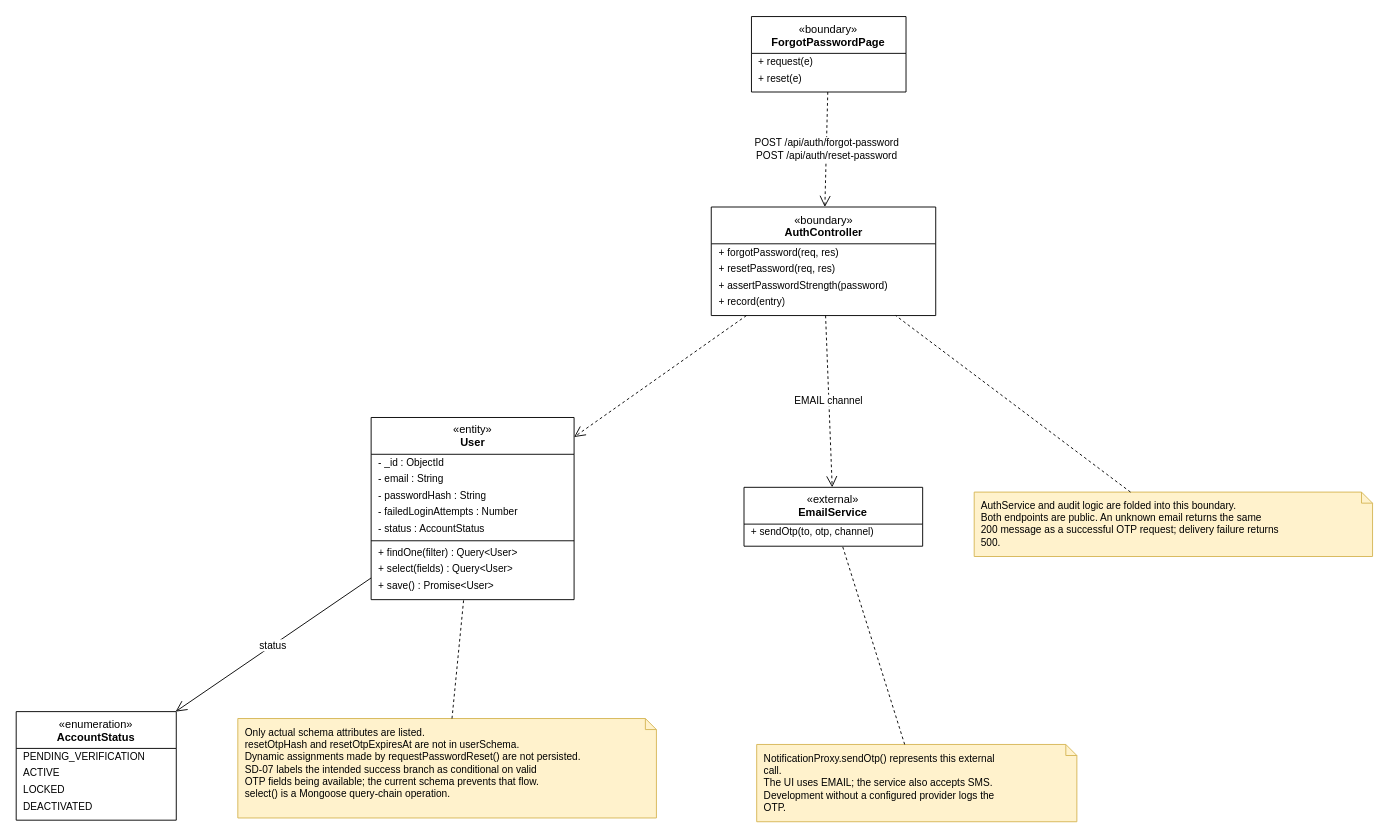
Earlier version of the draw.io diagram final/diagrams/M2_Auth-And-Administration_Diagrams/class_diagrams/CD-07_UC-C03_ResetForgottenPassword.drawio (toikobi401/SWD392). Source tidied: cells renumbered, new cells numbered last; positions are measured from the earlier drawing's top-left corner, leaving out a move shared by most shapes. Both pictures are drawn from the tidied source at 92%, with x=0, y=0 at pixel (16, 16).
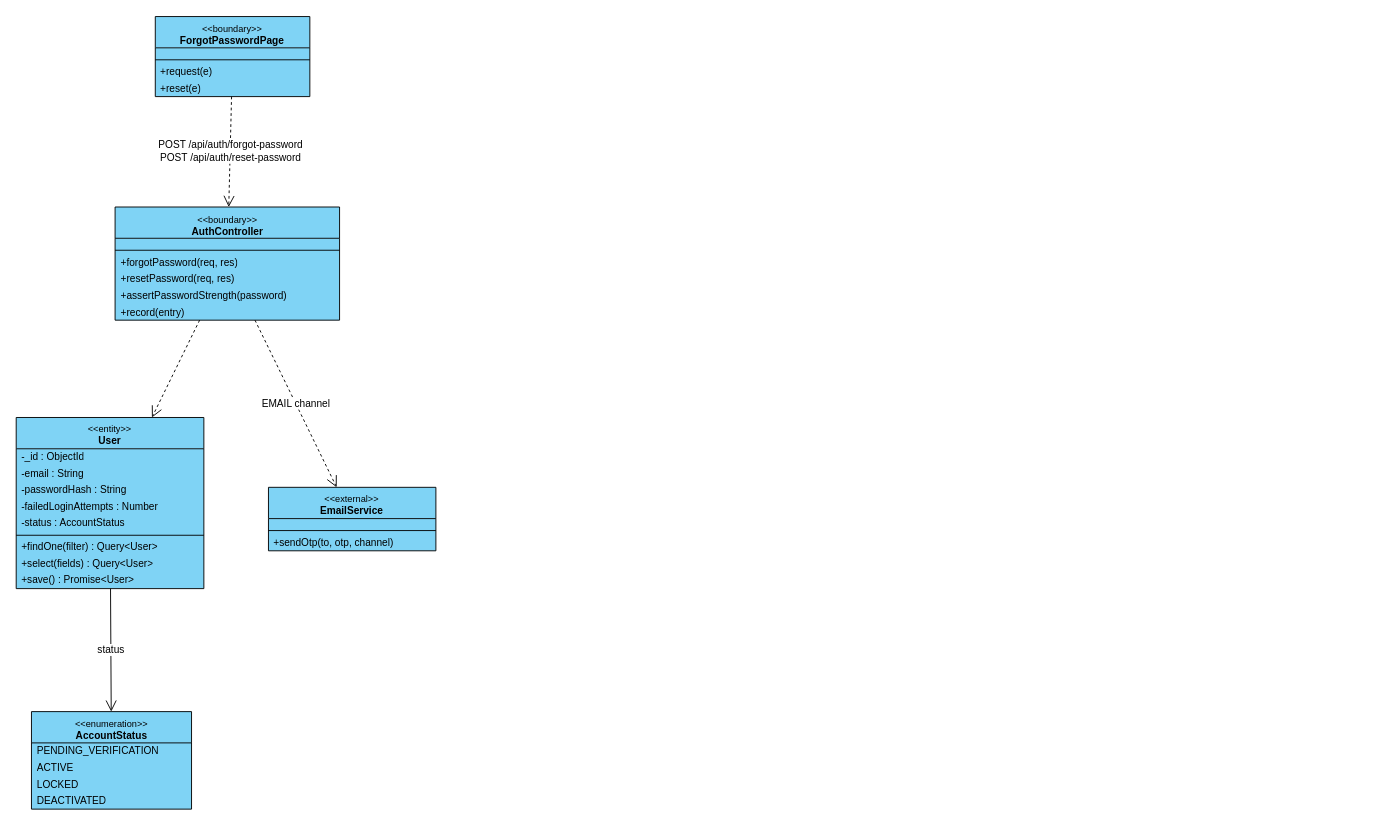
The same page after the edit.

Diff of the diagram source:
```diff
@@
-    <mxCell id="2" value="«boundary»&lt;br&gt;&lt;b&gt;ForgotPasswordPage&lt;/b&gt;" style="swimlane;fontStyle=0;align=center;verticalAlign=top;horizontal=1;startSize=40;html=1;whiteSpace=wrap;fontSize=12;" parent="1" vertex="1">
-      <mxGeometry x="799.3" y="0.5" width="168" height="82" as="geometry" />
+    <mxCell id="2" value="&lt;font style=&quot;font-size:10px&quot;&gt;&amp;lt;&amp;lt;boundary&amp;gt;&amp;gt;&lt;/font&gt;&lt;br&gt;&lt;b&gt;ForgotPasswordPage&lt;/b&gt;" style="swimlane;fontStyle=0;align=center;verticalAlign=top;horizontal=1;startSize=34;html=1;whiteSpace=wrap;fontSize=11;fillColor=#7fd3f5;swimlaneFillColor=#7fd3f5;strokeColor=#000000;" parent="1" vertex="1">
+      <mxGeometry x="151.3" y="0.5" width="168" height="87" as="geometry" />
     </mxCell>
+    <mxCell id="37" style="text;strokeColor=none;fillColor=none;html=1;" parent="2" vertex="1">
+      <mxGeometry y="34" width="168" height="9" as="geometry" />
+    </mxCell>
+    <mxCell id="38" style="line;strokeWidth=1;fillColor=none;align=left;verticalAlign=middle;spacingTop=-1;spacingLeft=3;spacingRight=3;labelPosition=right;strokeColor=#000000;" parent="2" vertex="1">
+      <mxGeometry y="43" width="168" height="8" as="geometry" />
+    </mxCell>
-    <mxCell id="3" value="+ request(e)" style="text;strokeColor=none;fillColor=none;align=left;verticalAlign=middle;spacingLeft=6;spacingRight=4;overflow=hidden;whiteSpace=nowrap;html=1;fontSize=11;" parent="2" vertex="1">
-      <mxGeometry y="40" width="168" height="18" as="geometry" />
+    <mxCell id="3" value="+request(e)" style="text;strokeColor=none;fillColor=none;align=left;verticalAlign=middle;spacingLeft=4;spacingRight=4;overflow=hidden;whiteSpace=nowrap;html=1;fontSize=11;" parent="2" vertex="1">
+      <mxGeometry y="51" width="168" height="18" as="geometry" />
     </mxCell>
-    <mxCell id="4" value="+ reset(e)" style="text;strokeColor=none;fillColor=none;align=left;verticalAlign=middle;spacingLeft=6;spacingRight=4;overflow=hidden;whiteSpace=nowrap;html=1;fontSize=11;" parent="2" vertex="1">
-      <mxGeometry y="58" width="168" height="18" as="geometry" />
+    <mxCell id="4" value="+reset(e)" style="text;strokeColor=none;fillColor=none;align=left;verticalAlign=middle;spacingLeft=4;spacingRight=4;overflow=hidden;whiteSpace=nowrap;html=1;fontSize=11;" parent="2" vertex="1">
+      <mxGeometry y="69" width="168" height="18" as="geometry" />
     </mxCell>
-    <mxCell id="5" value="«boundary»&lt;br&gt;&lt;b&gt;AuthController&lt;/b&gt;" style="swimlane;fontStyle=0;align=center;verticalAlign=top;horizontal=1;startSize=40;html=1;whiteSpace=wrap;fontSize=12;" parent="1" vertex="1">
-      <mxGeometry x="755.6" y="207.5" width="244" height="118" as="geometry" />
+    <mxCell id="5" value="&lt;font style=&quot;font-size:10px&quot;&gt;&amp;lt;&amp;lt;boundary&amp;gt;&amp;gt;&lt;/font&gt;&lt;br&gt;&lt;b&gt;AuthController&lt;/b&gt;" style="swimlane;fontStyle=0;align=center;verticalAlign=top;horizontal=1;startSize=34;html=1;whiteSpace=wrap;fontSize=11;fillColor=#7fd3f5;swimlaneFillColor=#7fd3f5;strokeColor=#000000;" parent="1" vertex="1">
+      <mxGeometry x="107.6" y="207.5" width="244" height="123" as="geometry" />
     </mxCell>
+    <mxCell id="39" style="text;strokeColor=none;fillColor=none;html=1;" parent="5" vertex="1">
+      <mxGeometry y="34" width="244" height="9" as="geometry" />
+    </mxCell>
+    <mxCell id="40" style="line;strokeWidth=1;fillColor=none;align=left;verticalAlign=middle;spacingTop=-1;spacingLeft=3;spacingRight=3;labelPosition=right;strokeColor=#000000;" parent="5" vertex="1">
+      <mxGeometry y="43" width="244" height="8" as="geometry" />
+    </mxCell>
-    <mxCell id="6" value="+ forgotPassword(req, res)" style="text;strokeColor=none;fillColor=none;align=left;verticalAlign=middle;spacingLeft=6;spacingRight=4;overflow=hidden;whiteSpace=nowrap;html=1;fontSize=11;" parent="5" vertex="1">
-      <mxGeometry y="40" width="244" height="18" as="geometry" />
+    <mxCell id="6" value="+forgotPassword(req, res)" style="text;strokeColor=none;fillColor=none;align=left;verticalAlign=middle;spacingLeft=4;spacingRight=4;overflow=hidden;whiteSpace=nowrap;html=1;fontSize=11;" parent="5" vertex="1">
+      <mxGeometry y="51" width="244" height="18" as="geometry" />
     </mxCell>
-    <mxCell id="7" value="+ resetPassword(req, res)" style="text;strokeColor=none;fillColor=none;align=left;verticalAlign=middle;spacingLeft=6;spacingRight=4;overflow=hidden;whiteSpace=nowrap;html=1;fontSize=11;" parent="5" vertex="1">
-      <mxGeometry y="58" width="244" height="18" as="geometry" />
+    <mxCell id="7" value="+resetPassword(req, res)" style="text;strokeColor=none;fillColor=none;align=left;verticalAlign=middle;spacingLeft=4;spacingRight=4;overflow=hidden;whiteSpace=nowrap;html=1;fontSize=11;" parent="5" vertex="1">
+      <mxGeometry y="69" width="244" height="18" as="geometry" />
     </mxCell>
-    <mxCell id="8" value="+ assertPasswordStrength(password)" style="text;strokeColor=none;fillColor=none;align=left;verticalAlign=middle;spacingLeft=6;spacingRight=4;overflow=hidden;whiteSpace=nowrap;html=1;fontSize=11;" parent="5" vertex="1">
-      <mxGeometry y="76" width="244" height="18" as="geometry" />
+    <mxCell id="8" value="+assertPasswordStrength(password)" style="text;strokeColor=none;fillColor=none;align=left;verticalAlign=middle;spacingLeft=4;spacingRight=4;overflow=hidden;whiteSpace=nowrap;html=1;fontSize=11;" parent="5" vertex="1">
+      <mxGeometry y="87" width="244" height="18" as="geometry" />
     </mxCell>
-    <mxCell id="9" value="+ record(entry)" style="text;strokeColor=none;fillColor=none;align=left;verticalAlign=middle;spacingLeft=6;spacingRight=4;overflow=hidden;whiteSpace=nowrap;html=1;fontSize=11;" parent="5" vertex="1">
-      <mxGeometry y="94" width="244" height="18" as="geometry" />
+    <mxCell id="9" value="+record(entry)" style="text;strokeColor=none;fillColor=none;align=left;verticalAlign=middle;spacingLeft=4;spacingRight=4;overflow=hidden;whiteSpace=nowrap;html=1;fontSize=11;" parent="5" vertex="1">
+      <mxGeometry y="105" width="244" height="18" as="geometry" />
     </mxCell>
-    <mxCell id="10" value="«entity»&lt;br&gt;&lt;b&gt;User&lt;/b&gt;" style="swimlane;fontStyle=0;align=center;verticalAlign=top;horizontal=1;startSize=40;html=1;whiteSpace=wrap;fontSize=12;" parent="1" vertex="1">
-      <mxGeometry x="385.9" y="436.3" width="220.6" height="198" as="geometry" />
+    <mxCell id="10" value="&lt;font style=&quot;font-size:10px&quot;&gt;&amp;lt;&amp;lt;entity&amp;gt;&amp;gt;&lt;/font&gt;&lt;br&gt;&lt;b&gt;User&lt;/b&gt;" style="swimlane;fontStyle=0;align=center;verticalAlign=top;horizontal=1;startSize=34;html=1;whiteSpace=wrap;fontSize=11;fillColor=#7fd3f5;swimlaneFillColor=#7fd3f5;strokeColor=#000000;" parent="1" vertex="1">
+      <mxGeometry x="0.1" y="436.3" width="204" height="186" as="geometry" />
     </mxCell>
-    <mxCell id="11" value="- _id : ObjectId" style="text;strokeColor=none;fillColor=none;align=left;verticalAlign=middle;spacingLeft=6;spacingRight=4;overflow=hidden;whiteSpace=nowrap;html=1;fontSize=11;" parent="10" vertex="1">
-      <mxGeometry y="40" width="220.6" height="18" as="geometry" />
+    <mxCell id="11" value="-_id : ObjectId" style="text;strokeColor=none;fillColor=none;align=left;verticalAlign=middle;spacingLeft=4;spacingRight=4;overflow=hidden;whiteSpace=nowrap;html=1;fontSize=11;" parent="10" vertex="1">
+      <mxGeometry y="34" width="204" height="18" as="geometry" />
     </mxCell>
-    <mxCell id="12" value="- email : String" style="text;strokeColor=none;fillColor=none;align=left;verticalAlign=middle;spacingLeft=6;spacingRight=4;overflow=hidden;whiteSpace=nowrap;html=1;fontSize=11;" parent="10" vertex="1">
-      <mxGeometry y="58" width="220.6" height="18" as="geometry" />
+    <mxCell id="12" value="-email : String" style="text;strokeColor=none;fillColor=none;align=left;verticalAlign=middle;spacingLeft=4;spacingRight=4;overflow=hidden;whiteSpace=nowrap;html=1;fontSize=11;" parent="10" vertex="1">
+      <mxGeometry y="52" width="204" height="18" as="geometry" />
     </mxCell>
-    <mxCell id="13" value="- passwordHash : String" style="text;strokeColor=none;fillColor=none;align=left;verticalAlign=middle;spacingLeft=6;spacingRight=4;overflow=hidden;whiteSpace=nowrap;html=1;fontSize=11;" parent="10" vertex="1">
-      <mxGeometry y="76" width="220.6" height="18" as="geometry" />
+    <mxCell id="13" value="-passwordHash : String" style="text;strokeColor=none;fillColor=none;align=left;verticalAlign=middle;spacingLeft=4;spacingRight=4;overflow=hidden;whiteSpace=nowrap;html=1;fontSize=11;" parent="10" vertex="1">
+      <mxGeometry y="70" width="204" height="18" as="geometry" />
     </mxCell>
-    <mxCell id="14" value="- failedLoginAttempts : Number" style="text;strokeColor=none;fillColor=none;align=left;verticalAlign=middle;spacingLeft=6;spacingRight=4;overflow=hidden;whiteSpace=nowrap;html=1;fontSize=11;" parent="10" vertex="1">
-      <mxGeometry y="94" width="220.6" height="18" as="geometry" />
+    <mxCell id="14" value="-failedLoginAttempts : Number" style="text;strokeColor=none;fillColor=none;align=left;verticalAlign=middle;spacingLeft=4;spacingRight=4;overflow=hidden;whiteSpace=nowrap;html=1;fontSize=11;" parent="10" vertex="1">
+      <mxGeometry y="88" width="204" height="18" as="geometry" />
     </mxCell>
-    <mxCell id="15" value="- status : AccountStatus" style="text;strokeColor=none;fillColor=none;align=left;verticalAlign=middle;spacingLeft=6;spacingRight=4;overflow=hidden;whiteSpace=nowrap;html=1;fontSize=11;" parent="10" vertex="1">
-      <mxGeometry y="112" width="220.6" height="18" as="geometry" />
+    <mxCell id="15" value="-status : AccountStatus" style="text;strokeColor=none;fillColor=none;align=left;verticalAlign=middle;spacingLeft=4;spacingRight=4;overflow=hidden;whiteSpace=nowrap;html=1;fontSize=11;" parent="10" vertex="1">
+      <mxGeometry y="106" width="204" height="18" as="geometry" />
     </mxCell>
-    <mxCell id="16" style="line;strokeWidth=1;fillColor=none;align=left;verticalAlign=middle;spacingTop=-1;spacingLeft=3;spacingRight=3;labelPosition=right;strokeColor=inherit;" parent="10" vertex="1">
-      <mxGeometry y="130" width="220.6" height="8" as="geometry" />
+    <mxCell id="16" style="line;strokeWidth=1;fillColor=none;align=left;verticalAlign=middle;spacingTop=-1;spacingLeft=3;spacingRight=3;labelPosition=right;strokeColor=#000000;" parent="10" vertex="1">
+      <mxGeometry y="124" width="204" height="8" as="geometry" />
     </mxCell>
-    <mxCell id="17" value="+ findOne(filter) : Query&amp;lt;User&amp;gt;" style="text;strokeColor=none;fillColor=none;align=left;verticalAlign=middle;spacingLeft=6;spacingRight=4;overflow=hidden;whiteSpace=nowrap;html=1;fontSize=11;" parent="10" vertex="1">
-      <mxGeometry y="138" width="220.6" height="18" as="geometry" />
+    <mxCell id="17" value="+findOne(filter) : Query&amp;lt;User&amp;gt;" style="text;strokeColor=none;fillColor=none;align=left;verticalAlign=middle;spacingLeft=4;spacingRight=4;overflow=hidden;whiteSpace=nowrap;html=1;fontSize=11;" parent="10" vertex="1">
+      <mxGeometry y="132" width="204" height="18" as="geometry" />
     </mxCell>
-    <mxCell id="18" value="+ select(fields) : Query&amp;lt;User&amp;gt;" style="text;strokeColor=none;fillColor=none;align=left;verticalAlign=middle;spacingLeft=6;spacingRight=4;overflow=hidden;whiteSpace=nowrap;html=1;fontSize=11;" parent="10" vertex="1">
-      <mxGeometry y="156" width="220.6" height="18" as="geometry" />
+    <mxCell id="18" value="+select(fields) : Query&amp;lt;User&amp;gt;" style="text;strokeColor=none;fillColor=none;align=left;verticalAlign=middle;spacingLeft=4;spacingRight=4;overflow=hidden;whiteSpace=nowrap;html=1;fontSize=11;" parent="10" vertex="1">
+      <mxGeometry y="150" width="204" height="18" as="geometry" />
     </mxCell>
-    <mxCell id="19" value="+ save() : Promise&amp;lt;User&amp;gt;" style="text;strokeColor=none;fillColor=none;align=left;verticalAlign=middle;spacingLeft=6;spacingRight=4;overflow=hidden;whiteSpace=nowrap;html=1;fontSize=11;" parent="10" vertex="1">
-      <mxGeometry y="174" width="220.6" height="18" as="geometry" />
+    <mxCell id="19" value="+save() : Promise&amp;lt;User&amp;gt;" style="text;strokeColor=none;fillColor=none;align=left;verticalAlign=middle;spacingLeft=4;spacingRight=4;overflow=hidden;whiteSpace=nowrap;html=1;fontSize=11;" parent="10" vertex="1">
+      <mxGeometry y="168" width="204" height="18" as="geometry" />
     </mxCell>
-    <mxCell id="20" value="«external»&lt;br&gt;&lt;b&gt;EmailService&lt;/b&gt;" style="swimlane;fontStyle=0;align=center;verticalAlign=top;horizontal=1;startSize=40;html=1;whiteSpace=wrap;fontSize=12;" parent="1" vertex="1">
-      <mxGeometry x="791.2" y="512.2" width="194.2" height="64" as="geometry" />
+    <mxCell id="20" value="&lt;font style=&quot;font-size:10px&quot;&gt;&amp;lt;&amp;lt;external&amp;gt;&amp;gt;&lt;/font&gt;&lt;br&gt;&lt;b&gt;EmailService&lt;/b&gt;" style="swimlane;fontStyle=0;align=center;verticalAlign=top;horizontal=1;startSize=34;html=1;whiteSpace=wrap;fontSize=11;fillColor=#7fd3f5;swimlaneFillColor=#7fd3f5;strokeColor=#000000;" parent="1" vertex="1">
+      <mxGeometry x="274.3" y="512.2" width="182" height="69" as="geometry" />
     </mxCell>
+    <mxCell id="41" style="text;strokeColor=none;fillColor=none;html=1;" parent="20" vertex="1">
+      <mxGeometry y="34" width="182" height="9" as="geometry" />
+    </mxCell>
+    <mxCell id="42" style="line;strokeWidth=1;fillColor=none;align=left;verticalAlign=middle;spacingTop=-1;spacingLeft=3;spacingRight=3;labelPosition=right;strokeColor=#000000;" parent="20" vertex="1">
+      <mxGeometry y="43" width="182" height="8" as="geometry" />
+    </mxCell>
-    <mxCell id="21" value="+ sendOtp(to, otp, channel)" style="text;strokeColor=none;fillColor=none;align=left;verticalAlign=middle;spacingLeft=6;spacingRight=4;overflow=hidden;whiteSpace=nowrap;html=1;fontSize=11;" parent="20" vertex="1">
-      <mxGeometry y="40" width="194.2" height="18" as="geometry" />
+    <mxCell id="21" value="+sendOtp(to, otp, channel)" style="text;strokeColor=none;fillColor=none;align=left;verticalAlign=middle;spacingLeft=4;spacingRight=4;overflow=hidden;whiteSpace=nowrap;html=1;fontSize=11;" parent="20" vertex="1">
+      <mxGeometry y="51" width="182" height="18" as="geometry" />
     </mxCell>
-    <mxCell id="22" value="«enumeration»&lt;br&gt;&lt;b&gt;AccountStatus&lt;/b&gt;" style="swimlane;fontStyle=0;align=center;verticalAlign=top;horizontal=1;startSize=40;html=1;whiteSpace=wrap;fontSize=12;" parent="1" vertex="1">
-      <mxGeometry x="0.1" y="756" width="174" height="118" as="geometry" />
+    <mxCell id="22" value="&lt;font style=&quot;font-size:10px&quot;&gt;&amp;lt;&amp;lt;enumeration&amp;gt;&amp;gt;&lt;/font&gt;&lt;br&gt;&lt;b&gt;AccountStatus&lt;/b&gt;" style="swimlane;fontStyle=0;align=center;verticalAlign=top;horizontal=1;startSize=34;html=1;whiteSpace=wrap;fontSize=11;fillColor=#7fd3f5;swimlaneFillColor=#7fd3f5;strokeColor=#000000;" parent="1" vertex="1">
+      <mxGeometry x="16.7" y="756" width="174" height="106" as="geometry" />
     </mxCell>
-    <mxCell id="23" value="PENDING_VERIFICATION" style="text;strokeColor=none;fillColor=none;align=left;verticalAlign=middle;spacingLeft=6;spacingRight=4;overflow=hidden;whiteSpace=nowrap;html=1;fontSize=11;" parent="22" vertex="1">
-      <mxGeometry y="40" width="174" height="18" as="geometry" />
+    <mxCell id="23" value="PENDING_VERIFICATION" style="text;strokeColor=none;fillColor=none;align=left;verticalAlign=middle;spacingLeft=4;spacingRight=4;overflow=hidden;whiteSpace=nowrap;html=1;fontSize=11;" parent="22" vertex="1">
+      <mxGeometry y="34" width="174" height="18" as="geometry" />
     </mxCell>
-    <mxCell id="24" value="ACTIVE" style="text;strokeColor=none;fillColor=none;align=left;verticalAlign=middle;spacingLeft=6;spacingRight=4;overflow=hidden;whiteSpace=nowrap;html=1;fontSize=11;" parent="22" vertex="1">
-      <mxGeometry y="58" width="174" height="18" as="geometry" />
+    <mxCell id="24" value="ACTIVE" style="text;strokeColor=none;fillColor=none;align=left;verticalAlign=middle;spacingLeft=4;spacingRight=4;overflow=hidden;whiteSpace=nowrap;html=1;fontSize=11;" parent="22" vertex="1">
+      <mxGeometry y="52" width="174" height="18" as="geometry" />
     </mxCell>
-    <mxCell id="25" value="LOCKED" style="text;strokeColor=none;fillColor=none;align=left;verticalAlign=middle;spacingLeft=6;spacingRight=4;overflow=hidden;whiteSpace=nowrap;html=1;fontSize=11;" parent="22" vertex="1">
-      <mxGeometry y="76" width="174" height="18" as="geometry" />
+    <mxCell id="25" value="LOCKED" style="text;strokeColor=none;fillColor=none;align=left;verticalAlign=middle;spacingLeft=4;spacingRight=4;overflow=hidden;whiteSpace=nowrap;html=1;fontSize=11;" parent="22" vertex="1">
+      <mxGeometry y="70" width="174" height="18" as="geometry" />
     </mxCell>
-    <mxCell id="26" value="DEACTIVATED" style="text;strokeColor=none;fillColor=none;align=left;verticalAlign=middle;spacingLeft=6;spacingRight=4;overflow=hidden;whiteSpace=nowrap;html=1;fontSize=11;" parent="22" vertex="1">
-      <mxGeometry y="94" width="174" height="18" as="geometry" />
+    <mxCell id="26" value="DEACTIVATED" style="text;strokeColor=none;fillColor=none;align=left;verticalAlign=middle;spacingLeft=4;spacingRight=4;overflow=hidden;whiteSpace=nowrap;html=1;fontSize=11;" parent="22" vertex="1">
+      <mxGeometry y="88" width="174" height="18" as="geometry" />
     </mxCell>
-    <mxCell id="27" value="AuthService and audit logic are folded into this boundary.&lt;br&gt;Both endpoints are public. An unknown email returns the same&lt;br&gt;200 message as a successful OTP request; delivery failure returns&lt;br&gt;500." style="shape=note;whiteSpace=wrap;html=1;size=12;align=left;verticalAlign=top;spacingLeft=6;spacingTop=2;fontSize=11;fillColor=#fff2cc;strokeColor=#d6b656;" parent="1" vertex="1">
-      <mxGeometry x="1041.4" y="517.4" width="433" height="70" as="geometry" />
-    </mxCell>
-    <mxCell id="28" style="endArrow=none;dashed=1;html=1;rounded=0;" parent="1" edge="1" source="27" target="5">
-      <mxGeometry relative="1" as="geometry" />
-    </mxCell>
-    <mxCell id="29" value="Only actual schema attributes are listed.&lt;br&gt;resetOtpHash and resetOtpExpiresAt are not in userSchema.&lt;br&gt;Dynamic assignments made by requestPasswordReset() are not persisted.&lt;br&gt;SD-07 labels the intended success branch as conditional on valid&lt;br&gt;OTP fields being available; the current schema prevents that flow.&lt;br&gt;select() is a Mongoose query-chain operation." style="shape=note;whiteSpace=wrap;html=1;size=12;align=left;verticalAlign=top;spacingLeft=6;spacingTop=2;fontSize=11;fillColor=#fff2cc;strokeColor=#d6b656;" parent="1" vertex="1">
-      <mxGeometry x="241" y="763.5" width="455" height="108.1" as="geometry" />
-    </mxCell>
-    <mxCell id="30" style="endArrow=none;dashed=1;html=1;rounded=0;" parent="1" edge="1" source="29" target="10">
-      <mxGeometry relative="1" as="geometry" />
-    </mxCell>
-    <mxCell id="31" value="NotificationProxy.sendOtp() represents this external&lt;br&gt;call.&lt;br&gt;The UI uses EMAIL; the service also accepts SMS.&lt;br&gt;Development without a configured provider logs the&lt;br&gt;OTP." style="shape=note;whiteSpace=wrap;html=1;size=12;align=left;verticalAlign=top;spacingLeft=6;spacingTop=2;fontSize=11;fillColor=#fff2cc;strokeColor=#d6b656;" parent="1" vertex="1">
-      <mxGeometry x="805" y="791.7" width="348" height="84" as="geometry" />
-    </mxCell>
-    <mxCell id="32" style="endArrow=none;dashed=1;html=1;rounded=0;" parent="1" edge="1" source="31" target="20">
-      <mxGeometry relative="1" as="geometry" />
-    </mxCell>
```
